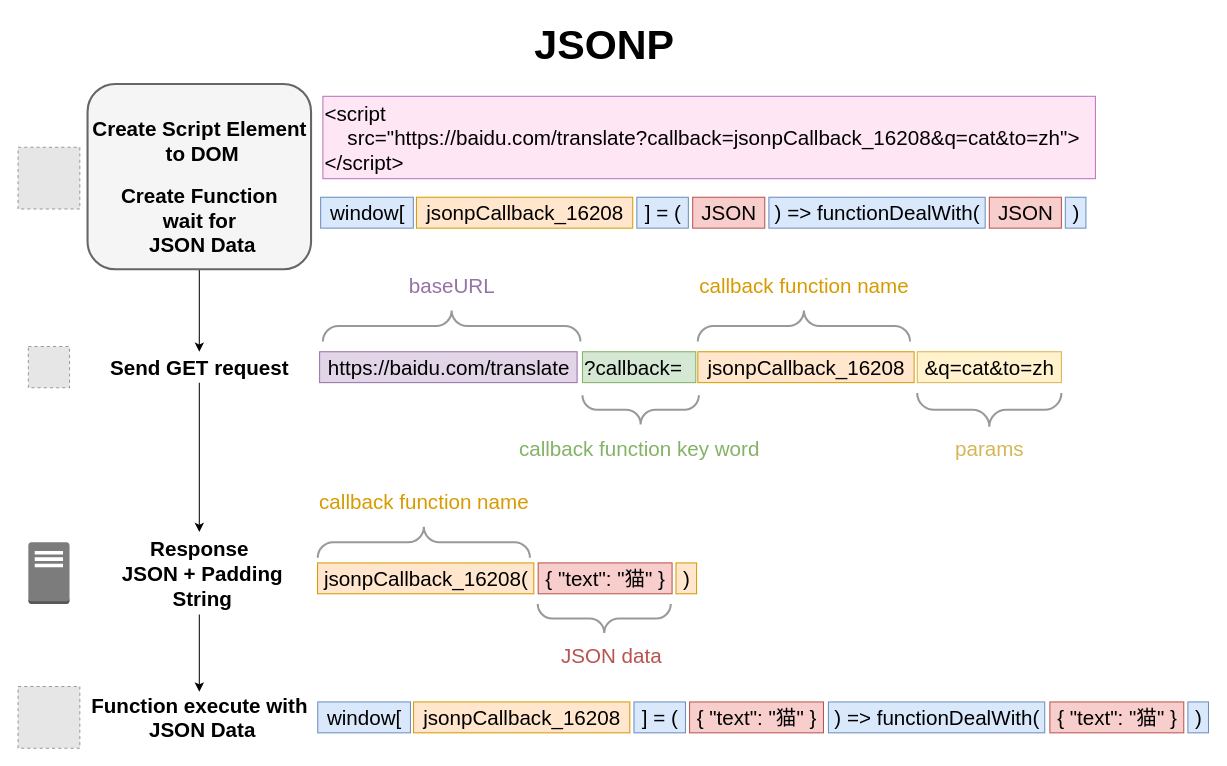
The draw.io diagram Other/JSONP.drawio in jeesewu/Diagrams-Storage, before the edit. Source tidied: cells renumbered, new cells numbered last; positions are measured from the earlier drawing's top-left corner, leaving out a move shared by most shapes. Both pictures are drawn from the tidied source at 103%, with x=0, y=0 at pixel (18, 18). Pictures stored in the file or linked from it are replaced by grey dashed boxes.
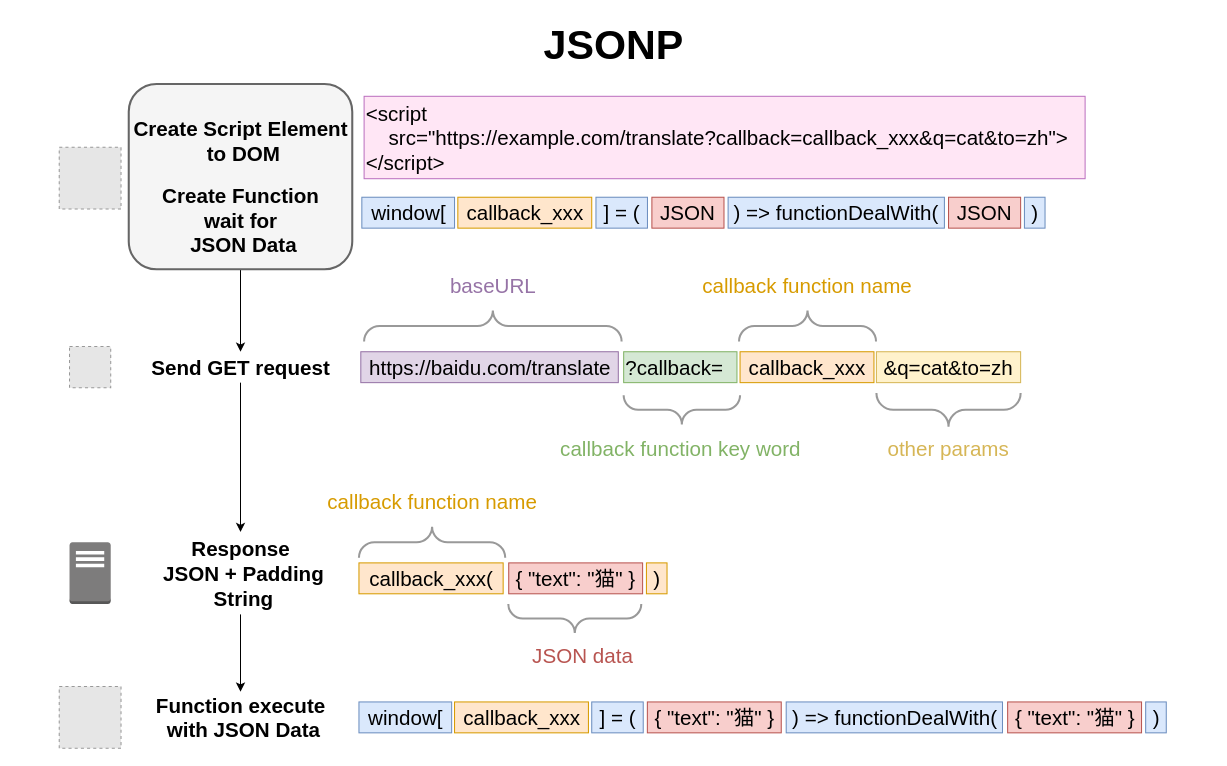
Above is the later version.

What changed in the source:
```diff
@@
     <mxCell id="3" style="rounded=1;whiteSpace=wrap;html=1;labelBackgroundColor=none;fontSize=20;fontColor=#333333;strokeWidth=2;align=center;fillColor=#f5f5f5;strokeColor=#666666;" parent="1" vertex="1">
-      <mxGeometry x="67.5" y="64" width="217" height="180" as="geometry" />
+      <mxGeometry x="107.5" y="64" width="217" height="180" as="geometry" />
     </mxCell>
     <mxCell id="4" value="https://baidu.com/translate" style="text;html=1;align=center;verticalAlign=middle;strokeColor=#9673a6;fontSize=20;fillColor=#e1d5e7;" parent="1" vertex="1">
-      <mxGeometry x="292.8" y="324" width="250" height="30" as="geometry" />
+      <mxGeometry x="332.8" y="324" width="250" height="30" as="geometry" />
     </mxCell>
     <mxCell id="5" value="?callback=" style="text;html=1;align=left;verticalAlign=middle;strokeColor=#82b366;fontSize=20;fillColor=#d5e8d4;" parent="1" vertex="1">
-      <mxGeometry x="548" y="324" width="110" height="30" as="geometry" />
+      <mxGeometry x="588" y="324" width="110" height="30" as="geometry" />
     </mxCell>
-    <mxCell id="6" value="jsonpCallback_16208" style="text;html=1;align=center;verticalAlign=middle;strokeColor=#d79b00;fontSize=20;fillColor=#ffe6cc;" parent="1" vertex="1">
-      <mxGeometry x="660" y="324" width="210" height="30" as="geometry" />
+    <mxCell id="6" value="callback_xxx" style="text;html=1;align=center;verticalAlign=middle;strokeColor=#d79b00;fontSize=20;fillColor=#ffe6cc;" parent="1" vertex="1">
+      <mxGeometry x="701" y="324" width="130" height="30" as="geometry" />
     </mxCell>
     <mxCell id="7" value="&amp;amp;q=cat&amp;amp;to=zh" style="text;html=1;align=center;verticalAlign=middle;strokeColor=#d6b656;fontSize=20;fillColor=#fff2cc;" parent="1" vertex="1">
-      <mxGeometry x="873" y="324" width="140" height="30" as="geometry" />
+      <mxGeometry x="833.4" y="324" width="140" height="30" as="geometry" />
     </mxCell>
     <mxCell id="8" style="verticalLabelPosition=bottom;shadow=0;dashed=0;align=center;html=1;verticalAlign=top;strokeWidth=2;shape=mxgraph.mockup.markup.curlyBrace;strokeColor=#999999;fontSize=20;" parent="1" vertex="1">
-      <mxGeometry x="296" y="284" width="250" height="30" as="geometry" />
+      <mxGeometry x="336" y="284" width="250" height="30" as="geometry" />
     </mxCell>
     <mxCell id="9" value="baseURL" style="text;html=1;align=center;verticalAlign=middle;strokeColor=none;fontSize=20;fontColor=#9673A6;" parent="1" vertex="1">
-      <mxGeometry x="371" y="244" width="100" height="30" as="geometry" />
+      <mxGeometry x="411" y="244" width="100" height="30" as="geometry" />
     </mxCell>
     <mxCell id="10" style="verticalLabelPosition=bottom;shadow=0;dashed=0;align=center;html=1;verticalAlign=top;strokeWidth=2;shape=mxgraph.mockup.markup.curlyBrace;strokeColor=#999999;fontSize=20;rotation=180;" parent="1" vertex="1">
-      <mxGeometry x="548" y="364" width="113" height="32.8" as="geometry" />
+      <mxGeometry x="588" y="364" width="113" height="32.8" as="geometry" />
     </mxCell>
     <mxCell id="11" style="verticalLabelPosition=bottom;shadow=0;dashed=0;align=center;html=1;verticalAlign=top;strokeWidth=2;shape=mxgraph.mockup.markup.curlyBrace;strokeColor=#999999;fontSize=20;" parent="1" vertex="1">
-      <mxGeometry x="660" y="284" width="206" height="30" as="geometry" />
+      <mxGeometry x="700" y="284" width="133" height="30" as="geometry" />
     </mxCell>
     <mxCell id="12" style="verticalLabelPosition=bottom;shadow=0;dashed=0;align=center;html=1;verticalAlign=top;strokeWidth=2;shape=mxgraph.mockup.markup.curlyBrace;strokeColor=#999999;fontSize=20;rotation=180;" parent="1" vertex="1">
-      <mxGeometry x="873" y="364" width="140" height="32.8" as="geometry" />
+      <mxGeometry x="833.4" y="364" width="140" height="32.8" as="geometry" />
     </mxCell>
     <mxCell id="13" value="callback function key word" style="text;html=1;align=center;verticalAlign=middle;strokeColor=none;fontSize=20;fontColor=#82B366;" parent="1" vertex="1">
-      <mxGeometry x="478" y="403" width="250" height="30" as="geometry" />
+      <mxGeometry x="518" y="403" width="250" height="30" as="geometry" />
     </mxCell>
     <mxCell id="14" value="callback function name" style="text;html=1;align=center;verticalAlign=middle;fontSize=20;fontColor=#D79B00;labelBackgroundColor=none;labelBorderColor=none;" parent="1" vertex="1">
-      <mxGeometry x="653" y="244" width="220" height="30" as="geometry" />
+      <mxGeometry x="656" y="244" width="220" height="30" as="geometry" />
     </mxCell>
-    <mxCell id="15" value="params" style="text;html=1;align=center;verticalAlign=middle;strokeColor=none;fontSize=20;fontColor=#D6B656;" parent="1" vertex="1">
-      <mxGeometry x="903" y="403" width="80" height="30" as="geometry" />
+    <mxCell id="15" value="other params" style="text;html=1;align=center;verticalAlign=middle;strokeColor=none;fontSize=20;fontColor=#D6B656;" parent="1" vertex="1">
+      <mxGeometry x="838.4" y="403" width="130" height="30" as="geometry" />
     </mxCell>
@@
     <mxCell id="17" value="Send GET request" style="text;html=1;align=center;verticalAlign=middle;points=[];strokeColor=none;fontSize=20;fontStyle=1;" parent="1" vertex="1">
-      <mxGeometry x="81" y="324" width="190" height="30" as="geometry" />
+      <mxGeometry x="121" y="324" width="190" height="30" as="geometry" />
     </mxCell>
@@
     <mxCell id="19" value="Response&lt;br&gt;&amp;nbsp;JSON + Padding&lt;br&gt;&amp;nbsp;String" style="text;html=1;align=center;verticalAlign=middle;points=[];strokeColor=none;fontSize=20;fontStyle=1;" parent="1" vertex="1">
-      <mxGeometry x="86" y="499" width="180" height="80" as="geometry" />
+      <mxGeometry x="126" y="499" width="180" height="80" as="geometry" />
     </mxCell>
-    <mxCell id="20" value="jsonpCallback_16208(" style="text;html=1;align=center;verticalAlign=middle;strokeColor=#d79b00;fontSize=20;fillColor=#ffe6cc;" parent="1" vertex="1">
-      <mxGeometry x="290.8" y="529" width="210" height="30" as="geometry" />
+    <mxCell id="20" value="callback_xxx(" style="text;html=1;align=center;verticalAlign=middle;strokeColor=#d79b00;fontSize=20;fillColor=#ffe6cc;" parent="1" vertex="1">
+      <mxGeometry x="331" y="529" width="140" height="30" as="geometry" />
     </mxCell>
     <mxCell id="21" value=")" style="text;html=1;align=center;verticalAlign=middle;strokeColor=#d79b00;fontSize=20;fillColor=#ffe6cc;" parent="1" vertex="1">
-      <mxGeometry x="638.8" y="529" width="20" height="30" as="geometry" />
+      <mxGeometry x="610.1" y="529" width="20" height="30" as="geometry" />
     </mxCell>
     <mxCell id="22" value="{ &quot;text&quot;: &quot;猫&quot; }" style="text;html=1;align=center;verticalAlign=middle;strokeColor=#b85450;fontSize=20;fillColor=#f8cecc;" parent="1" vertex="1">
-      <mxGeometry x="505" y="529" width="130" height="30" as="geometry" />
+      <mxGeometry x="476.4" y="529" width="130" height="30" as="geometry" />
     </mxCell>
     <mxCell id="23" style="verticalLabelPosition=bottom;shadow=0;dashed=0;align=center;html=1;verticalAlign=top;strokeWidth=2;shape=mxgraph.mockup.markup.curlyBrace;strokeColor=#999999;fontSize=20;" parent="1" vertex="1">
-      <mxGeometry x="291" y="494" width="206" height="30" as="geometry" />
+      <mxGeometry x="331" y="494" width="142" height="30" as="geometry" />
     </mxCell>
     <mxCell id="24" value="callback function name" style="text;html=1;align=center;verticalAlign=middle;strokeColor=none;fontSize=20;fontColor=#D79B00;" parent="1" vertex="1">
-      <mxGeometry x="284" y="454" width="220" height="30" as="geometry" />
+      <mxGeometry x="292" y="454" width="220" height="30" as="geometry" />
     </mxCell>
     <mxCell id="25" style="verticalLabelPosition=bottom;shadow=0;dashed=0;align=center;html=1;verticalAlign=top;strokeWidth=2;shape=mxgraph.mockup.markup.curlyBrace;strokeColor=#999999;fontSize=20;rotation=180;" parent="1" vertex="1">
-      <mxGeometry x="504.6" y="569" width="129.1" height="28.1" as="geometry" />
+      <mxGeometry x="476" y="569" width="129.1" height="28.1" as="geometry" />
     </mxCell>
     <mxCell id="26" value="JSON data" style="text;html=1;align=center;verticalAlign=middle;strokeColor=none;fontSize=20;fontColor=#B85450;" parent="1" vertex="1">
-      <mxGeometry x="521.1" y="604" width="110" height="30" as="geometry" />
+      <mxGeometry x="492.5" y="604" width="110" height="30" as="geometry" />
     </mxCell>
     <mxCell id="27" value="Create Script Element&lt;br&gt;&amp;nbsp;to DOM" style="text;html=1;align=center;verticalAlign=middle;strokeColor=none;fontSize=20;fontStyle=1;" parent="1" vertex="1">
-      <mxGeometry x="66" y="94" width="220" height="50" as="geometry" />
+      <mxGeometry x="106" y="94" width="220" height="50" as="geometry" />
     </mxCell>
-    <mxCell id="28" value="&lt;div&gt;&amp;lt;script&lt;/div&gt;&lt;div&gt;&lt;span&gt;&lt;/span&gt;&amp;nbsp; &amp;nbsp; src=&quot;https://baidu.com/translate?callback=jsonpCallback_16208&amp;amp;q=cat&amp;amp;to=zh&quot;&amp;gt;&lt;/div&gt;&lt;div&gt;&amp;lt;/script&amp;gt;&lt;/div&gt;" style="text;html=1;align=left;verticalAlign=middle;fontSize=20;fillColor=#FFE6F5;strokeColor=#BC71BF;" parent="1" vertex="1">
-      <mxGeometry x="296" y="76" width="750" height="80" as="geometry" />
+    <mxCell id="28" value="&lt;div&gt;&amp;lt;script&lt;/div&gt;&lt;div&gt;&lt;span&gt;&lt;/span&gt;&amp;nbsp; &amp;nbsp; src=&quot;https://example.com/translate?callback=callback_xxx&amp;amp;q=cat&amp;amp;to=zh&quot;&amp;gt;&lt;/div&gt;&lt;div&gt;&amp;lt;/script&amp;gt;&lt;/div&gt;" style="text;html=1;align=left;verticalAlign=middle;fontSize=20;fillColor=#FFE6F5;strokeColor=#BC71BF;" parent="1" vertex="1">
+      <mxGeometry x="336" y="76" width="700" height="80" as="geometry" />
     </mxCell>
     <mxCell id="29" value="Create Function &lt;br&gt;wait for&lt;br&gt;&amp;nbsp;JSON Data" style="text;html=1;align=center;verticalAlign=middle;strokeColor=none;fontSize=20;fontStyle=1;" parent="1" vertex="1">
-      <mxGeometry x="91" y="156" width="170" height="80" as="geometry" />
+      <mxGeometry x="131" y="156" width="170" height="80" as="geometry" />
     </mxCell>
-    <mxCell id="30" value="Function execute with&lt;br&gt;&amp;nbsp;JSON Data" style="text;html=1;align=center;verticalAlign=middle;points=[];strokeColor=none;fontSize=20;fontStyle=1;" parent="1" vertex="1">
-      <mxGeometry x="61" y="654" width="230" height="50" as="geometry" />
+    <mxCell id="30" value="Function execute&lt;br&gt;&amp;nbsp;with JSON Data" style="text;html=1;align=center;verticalAlign=middle;points=[];strokeColor=none;fontSize=20;fontStyle=1;" parent="1" vertex="1">
+      <mxGeometry x="126" y="654" width="180" height="50" as="geometry" />
     </mxCell>
     <mxCell id="31" value="window[" style="text;html=1;align=center;verticalAlign=middle;strokeColor=#6c8ebf;fontSize=20;fillColor=#dae8fc;" parent="1" vertex="1">
-      <mxGeometry x="293.8" y="174" width="90" height="30" as="geometry" />
+      <mxGeometry x="333.8" y="174" width="90" height="30" as="geometry" />
     </mxCell>
     <mxCell id="32" value="] = (" style="text;html=1;align=center;verticalAlign=middle;strokeColor=#6c8ebf;fontSize=20;fillColor=#dae8fc;" parent="1" vertex="1">
-      <mxGeometry x="600.8" y="174" width="50" height="30" as="geometry" />
+      <mxGeometry x="561.1" y="174" width="50" height="30" as="geometry" />
     </mxCell>
     <mxCell id="33" value="JSON" style="text;html=1;align=center;verticalAlign=middle;strokeColor=#b85450;fontSize=20;fillColor=#f8cecc;" parent="1" vertex="1">
-      <mxGeometry x="655" y="174" width="70" height="30" as="geometry" />
+      <mxGeometry x="615.4" y="174" width="70" height="30" as="geometry" />
     </mxCell>
-    <mxCell id="34" value="jsonpCallback_16208" style="text;html=1;align=center;verticalAlign=middle;strokeColor=#d79b00;fontSize=20;fillColor=#ffe6cc;" parent="1" vertex="1">
-      <mxGeometry x="386.8" y="174" width="210" height="30" as="geometry" />
+    <mxCell id="34" value="callback_xxx" style="text;html=1;align=center;verticalAlign=middle;strokeColor=#d79b00;fontSize=20;fillColor=#ffe6cc;" parent="1" vertex="1">
+      <mxGeometry x="427" y="174" width="130" height="30" as="geometry" />
     </mxCell>
     <mxCell id="35" value=") =&amp;gt; functionDealWith(" style="text;html=1;align=center;verticalAlign=middle;strokeColor=#6c8ebf;fontSize=20;fillColor=#dae8fc;" parent="1" vertex="1">
-      <mxGeometry x="729" y="174" width="210" height="30" as="geometry" />
+      <mxGeometry x="689.4" y="174" width="210" height="30" as="geometry" />
     </mxCell>
     <mxCell id="36" value="JSON" style="text;html=1;align=center;verticalAlign=middle;strokeColor=#b85450;fontSize=20;fillColor=#f8cecc;" parent="1" vertex="1">
-      <mxGeometry x="943" y="174" width="70" height="30" as="geometry" />
+      <mxGeometry x="903.4" y="174" width="70" height="30" as="geometry" />
     </mxCell>
     <mxCell id="37" value=")" style="text;html=1;align=center;verticalAlign=middle;strokeColor=#6c8ebf;fontSize=20;fillColor=#dae8fc;" parent="1" vertex="1">
-      <mxGeometry x="1016.8" y="174" width="20" height="30" as="geometry" />
+      <mxGeometry x="977.1" y="174" width="20" height="30" as="geometry" />
     </mxCell>
     <mxCell id="38" value="window[" style="text;html=1;align=center;verticalAlign=middle;strokeColor=#6c8ebf;fontSize=20;fillColor=#dae8fc;" parent="1" vertex="1">
-      <mxGeometry x="291" y="664" width="90" height="30" as="geometry" />
+      <mxGeometry x="331" y="664" width="90" height="30" as="geometry" />
     </mxCell>
     <mxCell id="39" value="] = (" style="text;html=1;align=center;verticalAlign=middle;strokeColor=#6c8ebf;fontSize=20;fillColor=#dae8fc;" parent="1" vertex="1">
-      <mxGeometry x="598" y="664" width="50" height="30" as="geometry" />
+      <mxGeometry x="557" y="664" width="50" height="30" as="geometry" />
     </mxCell>
     <mxCell id="40" value="{ &quot;text&quot;: &quot;猫&quot; }" style="text;html=1;align=center;verticalAlign=middle;strokeColor=#b85450;fontSize=20;fillColor=#f8cecc;" parent="1" vertex="1">
-      <mxGeometry x="652" y="664" width="130" height="30" as="geometry" />
+      <mxGeometry x="611" y="664" width="130" height="30" as="geometry" />
     </mxCell>
-    <mxCell id="41" value="jsonpCallback_16208" style="text;html=1;align=center;verticalAlign=middle;strokeColor=#d79b00;fontSize=20;fillColor=#ffe6cc;" parent="1" vertex="1">
-      <mxGeometry x="384" y="664" width="210" height="30" as="geometry" />
+    <mxCell id="41" value="callback_xxx" style="text;html=1;align=center;verticalAlign=middle;strokeColor=#d79b00;fontSize=20;fillColor=#ffe6cc;" parent="1" vertex="1">
+      <mxGeometry x="423.8" y="664" width="130" height="30" as="geometry" />
     </mxCell>
     <mxCell id="42" value=") =&amp;gt; functionDealWith(" style="text;html=1;align=center;verticalAlign=middle;strokeColor=#6c8ebf;fontSize=20;fillColor=#dae8fc;" parent="1" vertex="1">
-      <mxGeometry x="786.8" y="664" width="210" height="30" as="geometry" />
+      <mxGeometry x="745.8" y="664" width="210" height="30" as="geometry" />
     </mxCell>
     <mxCell id="43" value="{ &quot;text&quot;: &quot;猫&quot; }" style="text;html=1;align=center;verticalAlign=middle;strokeColor=#b85450;fontSize=20;fillColor=#f8cecc;" parent="1" vertex="1">
-      <mxGeometry x="1001.8" y="664" width="130" height="30" as="geometry" />
+      <mxGeometry x="960.8" y="664" width="130" height="30" as="geometry" />
     </mxCell>
     <mxCell id="44" value=")" style="text;html=1;align=center;verticalAlign=middle;strokeColor=#6c8ebf;fontSize=20;fillColor=#dae8fc;" parent="1" vertex="1">
-      <mxGeometry x="1135.8" y="664" width="20" height="30" as="geometry" />
+      <mxGeometry x="1094.8" y="664" width="20" height="30" as="geometry" />
     </mxCell>
     <mxCell id="45" value="JSONP" style="text;html=1;align=center;verticalAlign=middle;strokeColor=none;fontSize=40;fontStyle=1;" parent="1" vertex="1">
-      <mxGeometry x="494.2" width="150" height="50" as="geometry" />
+      <mxGeometry x="503" width="150" height="50" as="geometry" />
     </mxCell>
     <mxCell id="46" style="fillColor=#E6E6E6;strokeColor=#999999;dashed=1;html=1;verticalAlign=top;verticalLabelPosition=bottom;labelBackgroundColor=#ffffff;fontSize=40;fontColor=#B85450;align=center;" parent="1" vertex="1">
-      <mxGeometry y="125.5" width="60" height="60" as="geometry" />
+      <mxGeometry x="40" y="125.5" width="60" height="60" as="geometry" />
     </mxCell>
     <mxCell id="47" style="fillColor=#E6E6E6;strokeColor=#999999;dashed=1;html=1;verticalAlign=top;verticalLabelPosition=bottom;labelBackgroundColor=#ffffff;fontSize=40;fontColor=#B85450;align=center;" parent="1" vertex="1">
-      <mxGeometry x="10" y="319" width="40" height="40" as="geometry" />
+      <mxGeometry x="50" y="319" width="40" height="40" as="geometry" />
     </mxCell>
     <mxCell id="48" style="dashed=0;verticalLabelPosition=bottom;verticalAlign=top;align=center;html=1;shape=mxgraph.aws3.traditional_server;fillColor=#7D7C7C;gradientColor=none;labelBackgroundColor=none;fontSize=40;fontColor=#B85450;strokeWidth=2;" parent="1" vertex="1">
-      <mxGeometry x="10" y="509" width="40" height="60" as="geometry" />
+      <mxGeometry x="50" y="509" width="40" height="60" as="geometry" />
     </mxCell>
     <mxCell id="49" style="fillColor=#E6E6E6;strokeColor=#999999;dashed=1;html=1;verticalAlign=top;verticalLabelPosition=bottom;labelBackgroundColor=#ffffff;fontSize=40;fontColor=#B85450;align=center;" parent="1" vertex="1">
-      <mxGeometry y="649" width="60" height="60" as="geometry" />
+      <mxGeometry x="40" y="649" width="60" height="60" as="geometry" />
     </mxCell>
```
